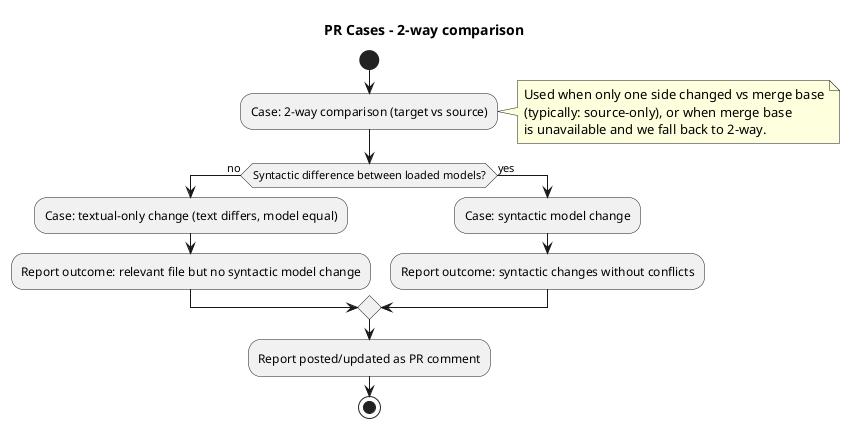
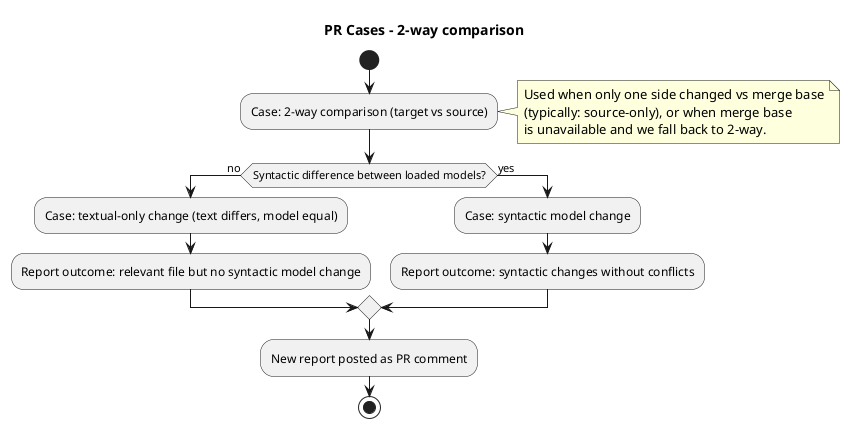
@startuml 2-way-comparison
title PR Cases - 2-way comparison

start

:Case: 2-way comparison (target vs source);
note right
  Used when only one side changed vs merge base
  (typically: source-only), or when merge base
  is unavailable and we fall back to 2-way.
end note

if (Syntactic difference between loaded models?) then (no)
  :Case: textual-only change (text differs, model equal);
  :Report outcome: relevant file but no syntactic model change;
else (yes)
  :Case: syntactic model change;
  :Report outcome: syntactic changes without conflicts;
endif

- :Report posted/updated as PR comment;
+ :New report posted as PR comment;

stop
@enduml
